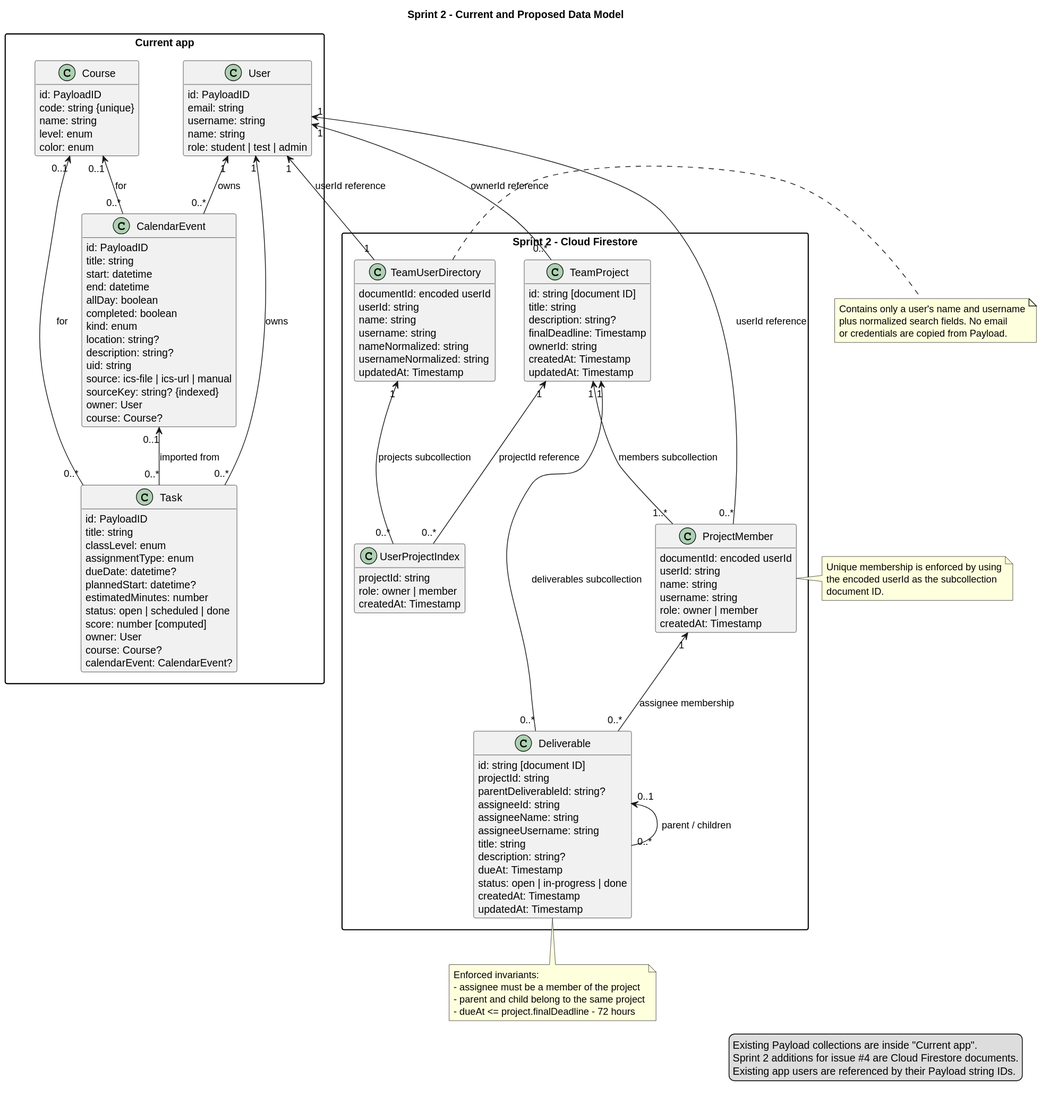
Earlier version of the PlantUML export docs/uml/sprint-2-data-model.svg (sai2005-1/AI-AssistedPlanningApp).
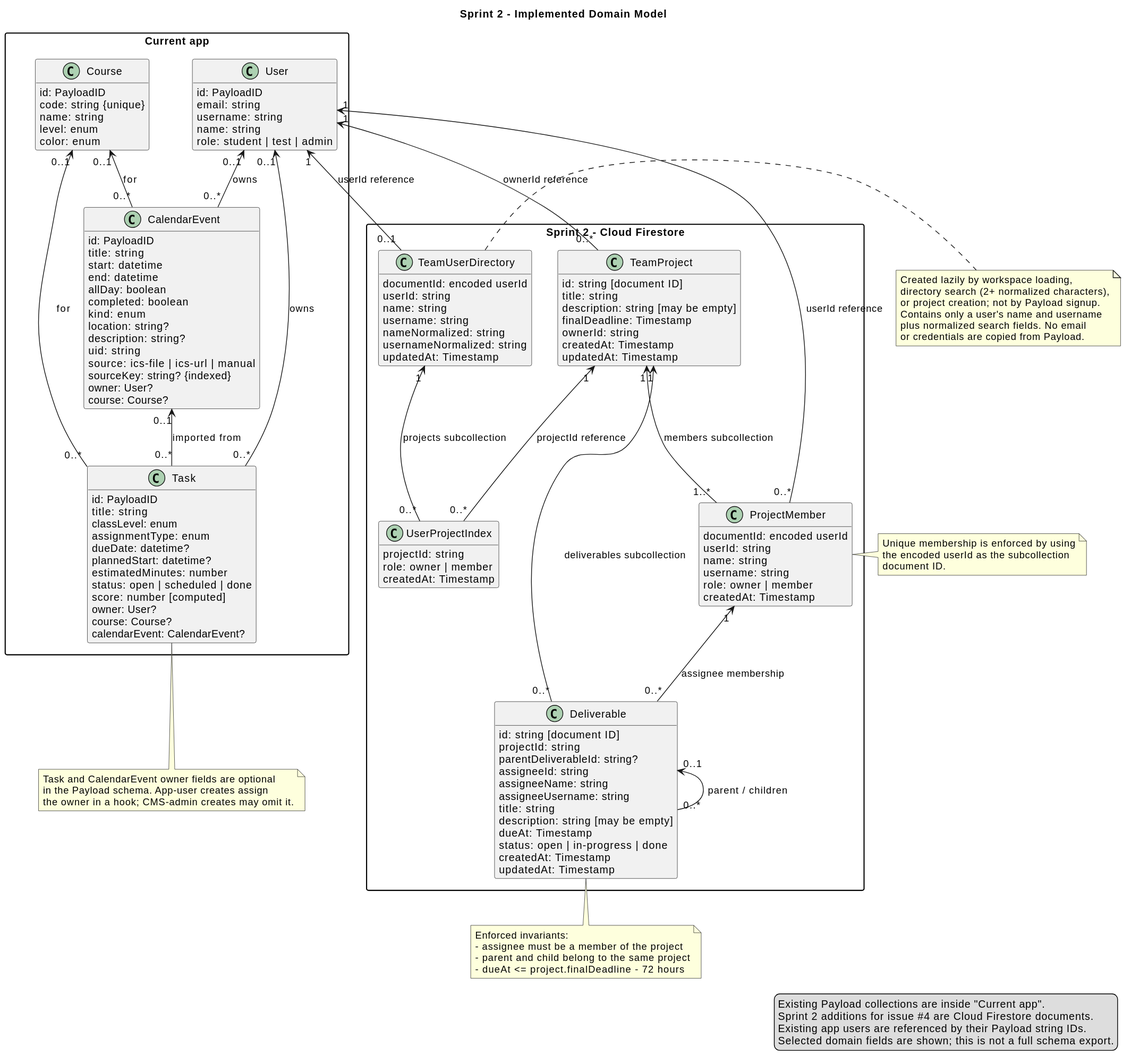
Above is the later version.

Commit message:
docs(sprint2): correct UML diagrams and document design review

Diff of the diagram source:
```diff
@@ -1,5 +1,5 @@
 @startuml
-title Sprint 2 - Current and Proposed Data Model
+title Sprint 2 - Implemented Domain Model
 hide methods
 skinparam classAttributeIconSize 0
 skinparam shadowing false
@@ -9,6 +9,7 @@
   Existing Payload collections are inside "Current app".
   Sprint 2 additions for issue #4 are Cloud Firestore documents.
   Existing app users are referenced by their Payload string IDs.
+  Selected domain fields are shown; this is not a full schema export.
 endlegend
 
 package "Current app" {
@@ -38,7 +39,7 @@
     estimatedMinutes: number
     status: open | scheduled | done
     score: number [computed]
-    owner: User
+    owner: User?
     course: Course?
     calendarEvent: CalendarEvent?
   }
@@ -56,7 +57,7 @@
     uid: string
     source: ics-file | ics-url | manual
     sourceKey: string? {indexed}
-    owner: User
+    owner: User?
     course: Course?
   }
 }
@@ -65,7 +66,7 @@
   class TeamProject {
     id: string [document ID]
     title: string
-    description: string?
+    description: string [may be empty]
     finalDeadline: Timestamp
     ownerId: string
     createdAt: Timestamp
@@ -89,7 +90,7 @@
     assigneeName: string
     assigneeUsername: string
     title: string
-    description: string?
+    description: string [may be empty]
     dueAt: Timestamp
     status: open | in-progress | done
     createdAt: Timestamp
@@ -113,10 +114,10 @@
   }
 }
 
-User "1" <-- "0..*" Task : owns
+User "0..1" <-- "0..*" Task : owns
 Course "0..1" <-- "0..*" Task : for
 CalendarEvent "0..1" <-- "0..*" Task : imported from
-User "1" <-- "0..*" CalendarEvent : owns
+User "0..1" <-- "0..*" CalendarEvent : owns
 Course "0..1" <-- "0..*" CalendarEvent : for
 
 User "1" <-- "0..*" TeamProject : ownerId reference
@@ -125,7 +126,7 @@
 TeamProject "1" <-- "0..*" Deliverable : deliverables subcollection
 Deliverable "0..1" <-- "0..*" Deliverable : parent / children
 ProjectMember "1" <-- "0..*" Deliverable : assignee membership
-User "1" <-- "1" TeamUserDirectory : userId reference
+User "1" <-- "0..1" TeamUserDirectory : userId reference
 TeamUserDirectory "1" <-- "0..*" UserProjectIndex : projects subcollection
 TeamProject "1" <-- "0..*" UserProjectIndex : projectId reference
 
@@ -143,8 +144,17 @@
 end note
 
 note right of TeamUserDirectory
+  Created lazily by workspace loading,
+  directory search (2+ normalized characters),
+  or project creation; not by Payload signup.
   Contains only a user's name and username
   plus normalized search fields. No email
   or credentials are copied from Payload.
 end note
+
+note bottom of Task
+  Task and CalendarEvent owner fields are optional
+  in the Payload schema. App-user creates assign
+  the owner in a hook; CMS-admin creates may omit it.
+end note
 @enduml
```
